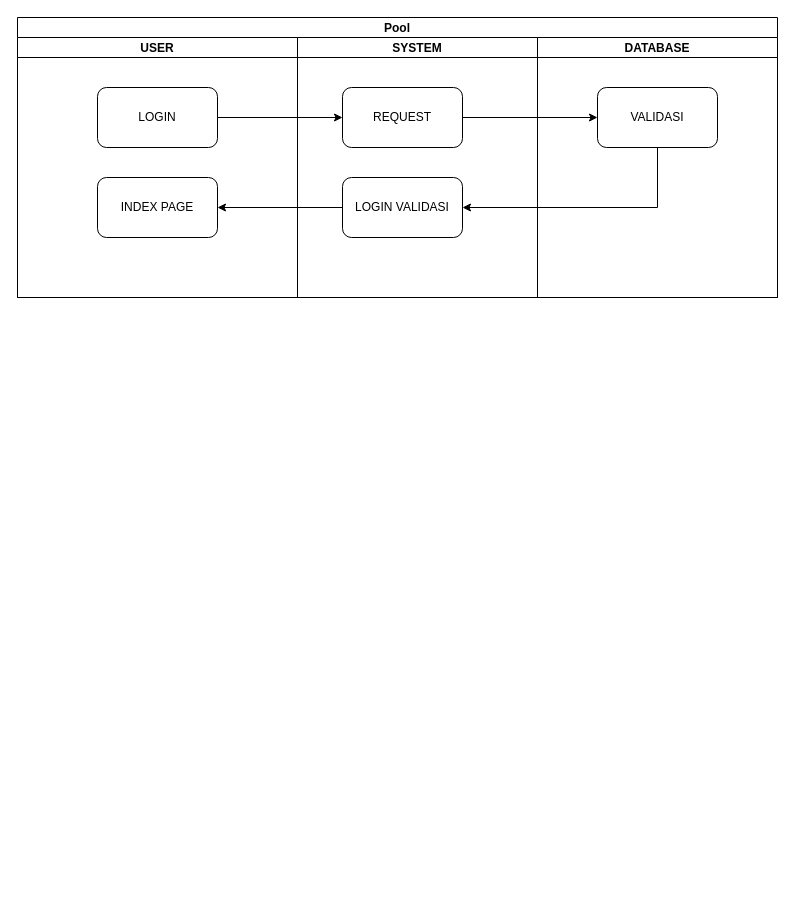
kidygamer/trytocode keeps this draw.io diagram as active Diagram.drawio. Above is the earlier version. Source tidied: cells renumbered, new cells numbered last; positions are measured from the earlier drawing's top-left corner, leaving out a move shared by most shapes. Both pictures are drawn from the tidied source at 100%, with x=0, y=0 at pixel (17, 17).
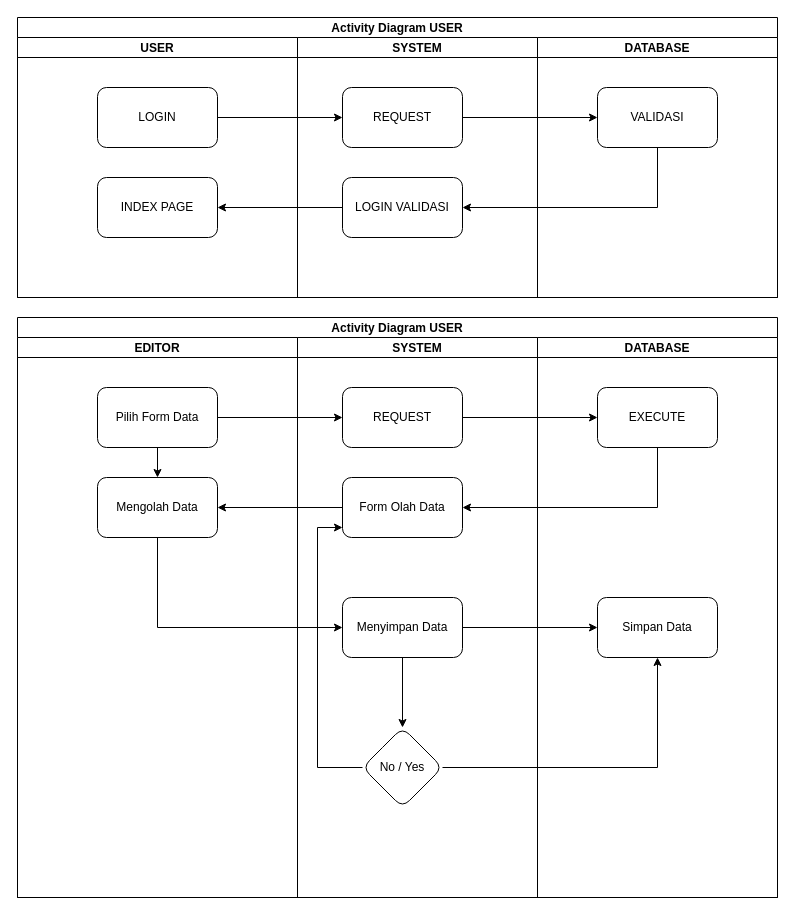
The same diagram, later.

The edit, as a diff of the source:
```diff
@@
-    <mxCell id="2" value="Pool" style="swimlane;startSize=20;" parent="1" vertex="1">
+    <mxCell id="2" value="Activity Diagram USER" style="swimlane;startSize=20;" parent="1" vertex="1">
       <mxGeometry width="760" height="280" as="geometry" />
     </mxCell>
@@
+    <mxCell id="15" value="Activity Diagram USER" style="swimlane;startSize=20;" parent="1" vertex="1">
+      <mxGeometry y="300" width="760" height="580" as="geometry" />
+    </mxCell>
+    <mxCell id="16" value="EDITOR" style="swimlane;startSize=20;" parent="15" vertex="1">
+      <mxGeometry y="20" width="280" height="560" as="geometry" />
+    </mxCell>
+    <mxCell id="17" style="edgeStyle=orthogonalEdgeStyle;rounded=0;jettySize=auto;html=1;entryX=0.5;entryY=0;entryDx=0;entryDy=0;" parent="16" edge="1" source="18" target="19">
+      <mxGeometry relative="1" as="geometry" />
+    </mxCell>
+    <mxCell id="18" value="Pilih Form Data" style="rounded=1;whiteSpace=wrap;html=1;" parent="16" vertex="1">
+      <mxGeometry x="80" y="50" width="120" height="60" as="geometry" />
+    </mxCell>
+    <mxCell id="19" value="Mengolah Data" style="rounded=1;whiteSpace=wrap;html=1;" parent="16" vertex="1">
+      <mxGeometry x="80" y="140" width="120" height="60" as="geometry" />
+    </mxCell>
+    <mxCell id="20" value="SYSTEM" style="swimlane;startSize=20;" parent="15" vertex="1">
+      <mxGeometry x="280" y="20" width="240" height="560" as="geometry" />
+    </mxCell>
+    <mxCell id="21" value="REQUEST" style="rounded=1;whiteSpace=wrap;html=1;" parent="20" vertex="1">
+      <mxGeometry x="45" y="50" width="120" height="60" as="geometry" />
+    </mxCell>
+    <mxCell id="22" value="Form Olah Data" style="rounded=1;whiteSpace=wrap;html=1;" parent="20" vertex="1">
+      <mxGeometry x="45" y="140" width="120" height="60" as="geometry" />
+    </mxCell>
+    <mxCell id="23" style="edgeStyle=orthogonalEdgeStyle;rounded=0;jettySize=auto;html=1;" parent="20" edge="1" source="24" target="25">
+      <mxGeometry relative="1" as="geometry" />
+    </mxCell>
+    <mxCell id="24" value="Menyimpan Data" style="rounded=1;whiteSpace=wrap;html=1;" parent="20" vertex="1">
+      <mxGeometry x="45" y="260" width="120" height="60" as="geometry" />
+    </mxCell>
+    <mxCell id="25" value="No / Yes" style="rhombus;whiteSpace=wrap;html=1;rounded=1;" parent="20" vertex="1">
+      <mxGeometry x="65" y="390" width="80" height="80" as="geometry" />
+    </mxCell>
+    <mxCell id="26" style="edgeStyle=orthogonalEdgeStyle;rounded=0;jettySize=auto;html=1;" parent="20" edge="1" source="25" target="22">
+      <mxGeometry relative="1" as="geometry">
+        <Array as="points">
+          <mxPoint x="20" y="430" />
+          <mxPoint x="20" y="190" />
+        </Array>
+      </mxGeometry>
+    </mxCell>
+    <mxCell id="27" value="DATABASE" style="swimlane;startSize=20;" parent="15" vertex="1">
+      <mxGeometry x="520" y="20" width="240" height="560" as="geometry" />
+    </mxCell>
+    <mxCell id="28" value="EXECUTE" style="rounded=1;whiteSpace=wrap;html=1;" parent="27" vertex="1">
+      <mxGeometry x="60" y="50" width="120" height="60" as="geometry" />
+    </mxCell>
+    <mxCell id="29" value="Simpan Data" style="rounded=1;whiteSpace=wrap;html=1;" parent="27" vertex="1">
+      <mxGeometry x="60" y="260" width="120" height="60" as="geometry" />
+    </mxCell>
+    <mxCell id="30" style="edgeStyle=orthogonalEdgeStyle;rounded=0;jettySize=auto;html=1;entryX=0;entryY=0.5;entryDx=0;entryDy=0;" parent="15" edge="1" source="18" target="21">
+      <mxGeometry relative="1" as="geometry" />
+    </mxCell>
+    <mxCell id="31" style="edgeStyle=orthogonalEdgeStyle;rounded=0;jettySize=auto;html=1;" parent="15" edge="1" source="21" target="28">
+      <mxGeometry relative="1" as="geometry" />
+    </mxCell>
+    <mxCell id="32" style="edgeStyle=orthogonalEdgeStyle;rounded=0;jettySize=auto;html=1;entryX=1;entryY=0.5;entryDx=0;entryDy=0;" parent="15" edge="1" source="28" target="22">
+      <mxGeometry relative="1" as="geometry">
+        <Array as="points">
+          <mxPoint x="640" y="190" />
+        </Array>
+      </mxGeometry>
+    </mxCell>
+    <mxCell id="33" style="edgeStyle=orthogonalEdgeStyle;rounded=0;jettySize=auto;html=1;entryX=1;entryY=0.5;entryDx=0;entryDy=0;" parent="15" edge="1" source="22" target="19">
+      <mxGeometry relative="1" as="geometry" />
+    </mxCell>
+    <mxCell id="34" style="edgeStyle=orthogonalEdgeStyle;rounded=0;jettySize=auto;html=1;entryX=0;entryY=0.5;entryDx=0;entryDy=0;" parent="15" edge="1" source="19" target="24">
+      <mxGeometry relative="1" as="geometry">
+        <Array as="points">
+          <mxPoint x="140" y="310" />
+        </Array>
+      </mxGeometry>
+    </mxCell>
+    <mxCell id="35" style="edgeStyle=orthogonalEdgeStyle;rounded=0;jettySize=auto;html=1;" parent="15" edge="1" source="24" target="29">
+      <mxGeometry relative="1" as="geometry" />
+    </mxCell>
+    <mxCell id="36" style="edgeStyle=orthogonalEdgeStyle;rounded=0;jettySize=auto;html=1;entryX=0.5;entryY=1;entryDx=0;entryDy=0;" parent="15" edge="1" source="25" target="29">
+      <mxGeometry relative="1" as="geometry" />
+    </mxCell>
```
